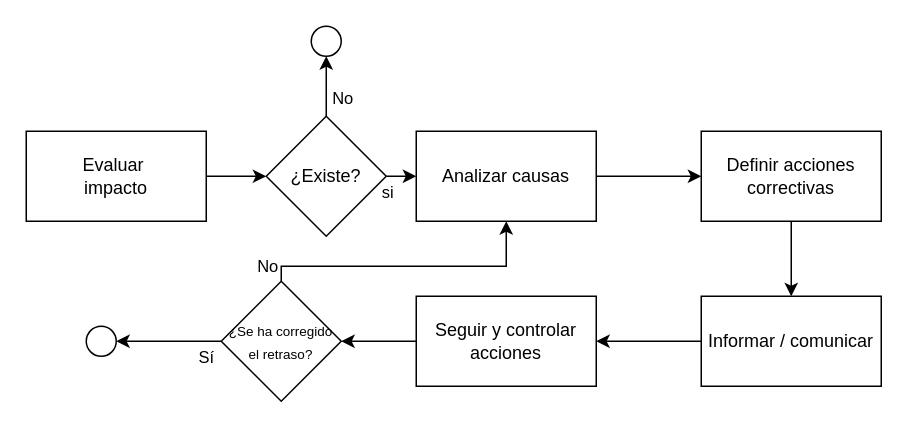
Before: proceso gestion de conograma.drawio in fguzman3/diagramas, a draw.io diagram. Source tidied: cells renumbered, new cells numbered last; positions are measured from the earlier drawing's top-left corner, leaving out a move shared by most shapes. Both pictures are drawn from the tidied source at 150%, with x=0, y=0 at pixel (26, 26).
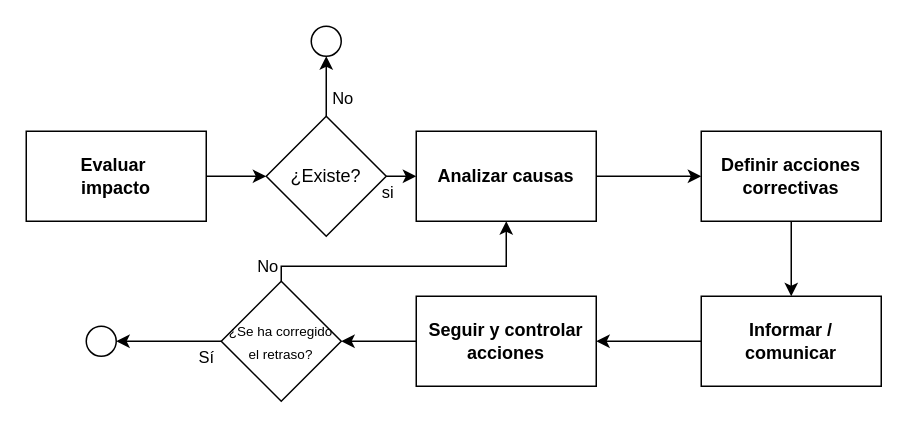
Above is the later version.

The edit, as a diff of the source:
```diff
@@
-    <mxCell id="3" value="Evaluar&amp;nbsp;&lt;div&gt;impacto&lt;/div&gt;" style="rounded=0;whiteSpace=wrap;html=1;" parent="1" vertex="1">
+    <mxCell id="3" value="&lt;b&gt;Evaluar&amp;nbsp;&lt;/b&gt;&lt;div&gt;&lt;b&gt;impacto&lt;/b&gt;&lt;/div&gt;" style="rounded=0;whiteSpace=wrap;html=1;" parent="1" vertex="1">
       <mxGeometry y="70" width="120" height="60" as="geometry" />
     </mxCell>
@@
-    <mxCell id="5" value="Analizar causas" style="rounded=0;whiteSpace=wrap;html=1;" parent="1" vertex="1">
+    <mxCell id="5" value="&lt;b&gt;Analizar causas&lt;/b&gt;" style="rounded=0;whiteSpace=wrap;html=1;" parent="1" vertex="1">
       <mxGeometry x="260" y="70" width="120" height="60" as="geometry" />
     </mxCell>
@@
-    <mxCell id="7" value="Definir acciones correctivas" style="rounded=0;whiteSpace=wrap;html=1;" parent="1" vertex="1">
+    <mxCell id="7" value="&lt;b&gt;Definir acciones correctivas&lt;/b&gt;" style="rounded=0;whiteSpace=wrap;html=1;" parent="1" vertex="1">
       <mxGeometry x="450" y="70" width="120" height="60" as="geometry" />
     </mxCell>
@@
-    <mxCell id="9" value="Informar / comunicar" style="rounded=0;whiteSpace=wrap;html=1;" parent="1" vertex="1">
+    <mxCell id="9" value="&lt;b&gt;Informar / comunicar&lt;/b&gt;" style="rounded=0;whiteSpace=wrap;html=1;" parent="1" vertex="1">
       <mxGeometry x="450" y="180" width="120" height="60" as="geometry" />
     </mxCell>
@@
-    <mxCell id="11" value="Seguir y controlar acciones" style="rounded=0;whiteSpace=wrap;html=1;" parent="1" vertex="1">
+    <mxCell id="11" value="&lt;b&gt;Seguir y controlar acciones&lt;/b&gt;" style="rounded=0;whiteSpace=wrap;html=1;" parent="1" vertex="1">
       <mxGeometry x="260" y="180" width="120" height="60" as="geometry" />
     </mxCell>
```
